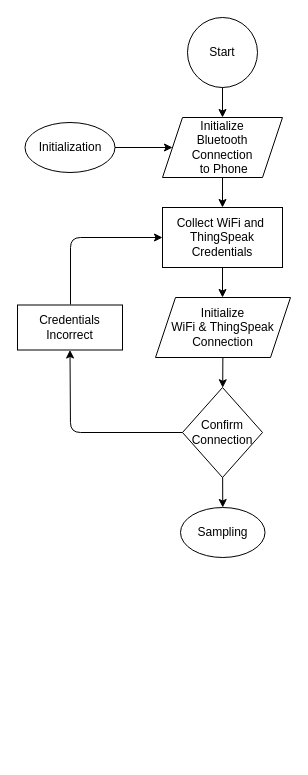
Earlier version of the draw.io diagram page "Device Initialization" (1 of 3) of SWFlowchart.drawio (EE-Team10-Capstone/Diagrams). Source tidied: cells renumbered, new cells numbered last; positions are measured from the earlier drawing's top-left corner, leaving out a move shared by most shapes. Both pictures are drawn from the tidied source at 100%, with x=0, y=0 at pixel (17, 17).
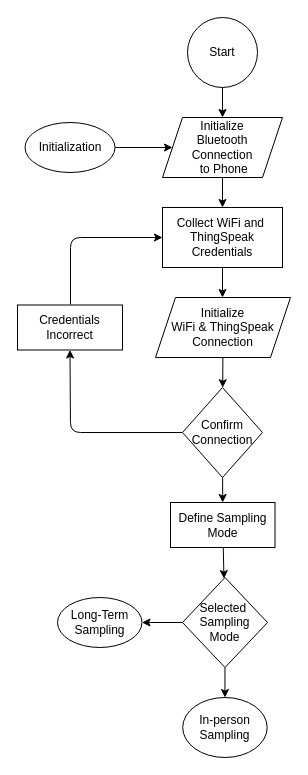
The same page after the edit.

Commit message:
Completing physical interface flowchart

The change refers to these unchanged cells:
```xml
<mxCell id="7" value="Confirm&lt;br&gt;Connection" style="rhombus;whiteSpace=wrap;html=1;" parent="1" vertex="1">
  <mxGeometry x="165" y="370" width="80" height="90" as="geometry" />
</mxCell>
```

The edit, as a diff of the source:
```diff
@@
-    <mxCell id="6" style="edgeStyle=none;html=1;" parent="1" edge="1" source="7" target="14">
-      <mxGeometry relative="1" as="geometry" />
-    </mxCell>
+    <mxCell id="18" style="edgeStyle=none;html=1;" parent="1" edge="1" source="7" target="23">
+      <mxGeometry relative="1" as="geometry" />
+    </mxCell>
@@
-    <mxCell id="14" value="Sampling" style="ellipse;whiteSpace=wrap;html=1;" parent="1" vertex="1">
-      <mxGeometry x="163" y="490" width="84.5" height="50" as="geometry" />
+    <mxCell id="14" value="Long-Term Sampling" style="ellipse;whiteSpace=wrap;html=1;" parent="1" vertex="1">
+      <mxGeometry x="40" y="580" width="84.5" height="50" as="geometry" />
     </mxCell>
@@
+    <mxCell id="19" style="edgeStyle=none;html=1;" parent="1" edge="1" source="21" target="14">
+      <mxGeometry relative="1" as="geometry" />
+    </mxCell>
+    <mxCell id="20" style="edgeStyle=none;html=1;" parent="1" edge="1" source="21" target="24">
+      <mxGeometry relative="1" as="geometry" />
+    </mxCell>
+    <mxCell id="21" value="Selected&amp;nbsp;&lt;br&gt;Sampling&lt;br&gt;Mode" style="rhombus;whiteSpace=wrap;html=1;" parent="1" vertex="1">
+      <mxGeometry x="165" y="560" width="85" height="90" as="geometry" />
+    </mxCell>
+    <mxCell id="22" style="edgeStyle=none;html=1;" parent="1" edge="1" source="23" target="21">
+      <mxGeometry relative="1" as="geometry" />
+    </mxCell>
+    <mxCell id="23" value="Define Sampling&lt;br&gt;Mode" style="rounded=0;whiteSpace=wrap;html=1;" parent="1" vertex="1">
+      <mxGeometry x="153" y="485" width="104.5" height="45" as="geometry" />
+    </mxCell>
+    <mxCell id="24" value="In-person&lt;br&gt;Sampling" style="ellipse;whiteSpace=wrap;html=1;" parent="1" vertex="1">
+      <mxGeometry x="165.2" y="680" width="84.5" height="60" as="geometry" />
+    </mxCell>
```
